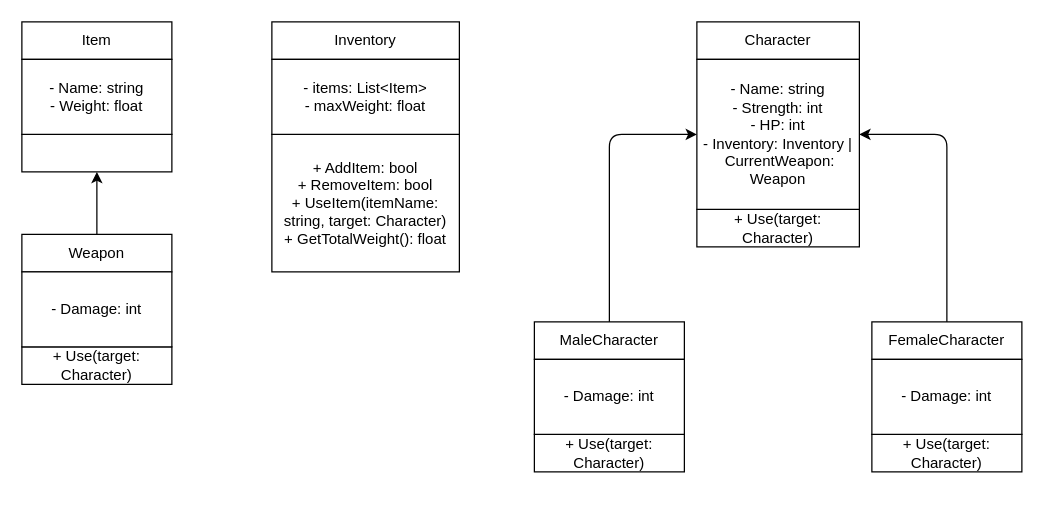
te22c-abdulleiid-amira/Projekt-1---Vinterprojektet keeps this draw.io diagram as tabell.drawio. Above is the earlier version. Source tidied: cells renumbered, new cells numbered last; positions are measured from the earlier drawing's top-left corner, leaving out a move shared by most shapes. Both pictures are drawn from the tidied source at 125%, with x=0, y=0 at pixel (21, 21).
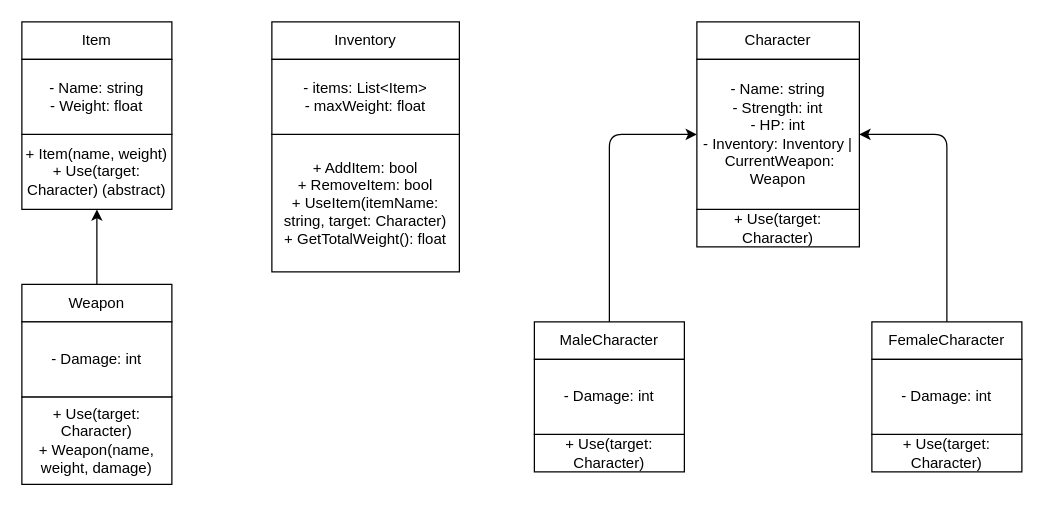
After the change.

What changed in the source:
```diff
@@
-    <mxCell id="3" style="rounded=0;whiteSpace=wrap;html=1;" parent="1" vertex="1">
-      <mxGeometry y="90" width="120" height="30" as="geometry" />
+    <mxCell id="3" value="+ Item(name, weight)&lt;div&gt;+ Use(target: Character) (abstract)&lt;/div&gt;" style="rounded=0;whiteSpace=wrap;html=1;" parent="1" vertex="1">
+      <mxGeometry y="90" width="120" height="60" as="geometry" />
     </mxCell>
@@
     <mxCell id="6" value="Weapon" style="rounded=0;whiteSpace=wrap;html=1;" parent="1" vertex="1">
-      <mxGeometry y="170" width="120" height="30" as="geometry" />
+      <mxGeometry y="210" width="120" height="30" as="geometry" />
     </mxCell>
-    <mxCell id="7" value="+ Use(target: &lt;span class=&quot;hljs-type&quot;&gt;Character&lt;/span&gt;)" style="rounded=0;whiteSpace=wrap;html=1;" parent="1" vertex="1">
-      <mxGeometry y="260" width="120" height="30" as="geometry" />
+    <mxCell id="7" value="+ Use(target: &lt;span class=&quot;hljs-type&quot;&gt;Character&lt;/span&gt;)&lt;div&gt;+ Weapon(name, weight, damage)&lt;/div&gt;" style="rounded=0;whiteSpace=wrap;html=1;" parent="1" vertex="1">
+      <mxGeometry y="300" width="120" height="70" as="geometry" />
     </mxCell>
     <mxCell id="8" value="- Damage: &lt;span class=&quot;hljs-type&quot;&gt;int&lt;/span&gt;" style="rounded=0;whiteSpace=wrap;html=1;" parent="1" vertex="1">
-      <mxGeometry y="200" width="120" height="60" as="geometry" />
+      <mxGeometry y="240" width="120" height="60" as="geometry" />
     </mxCell>
```
